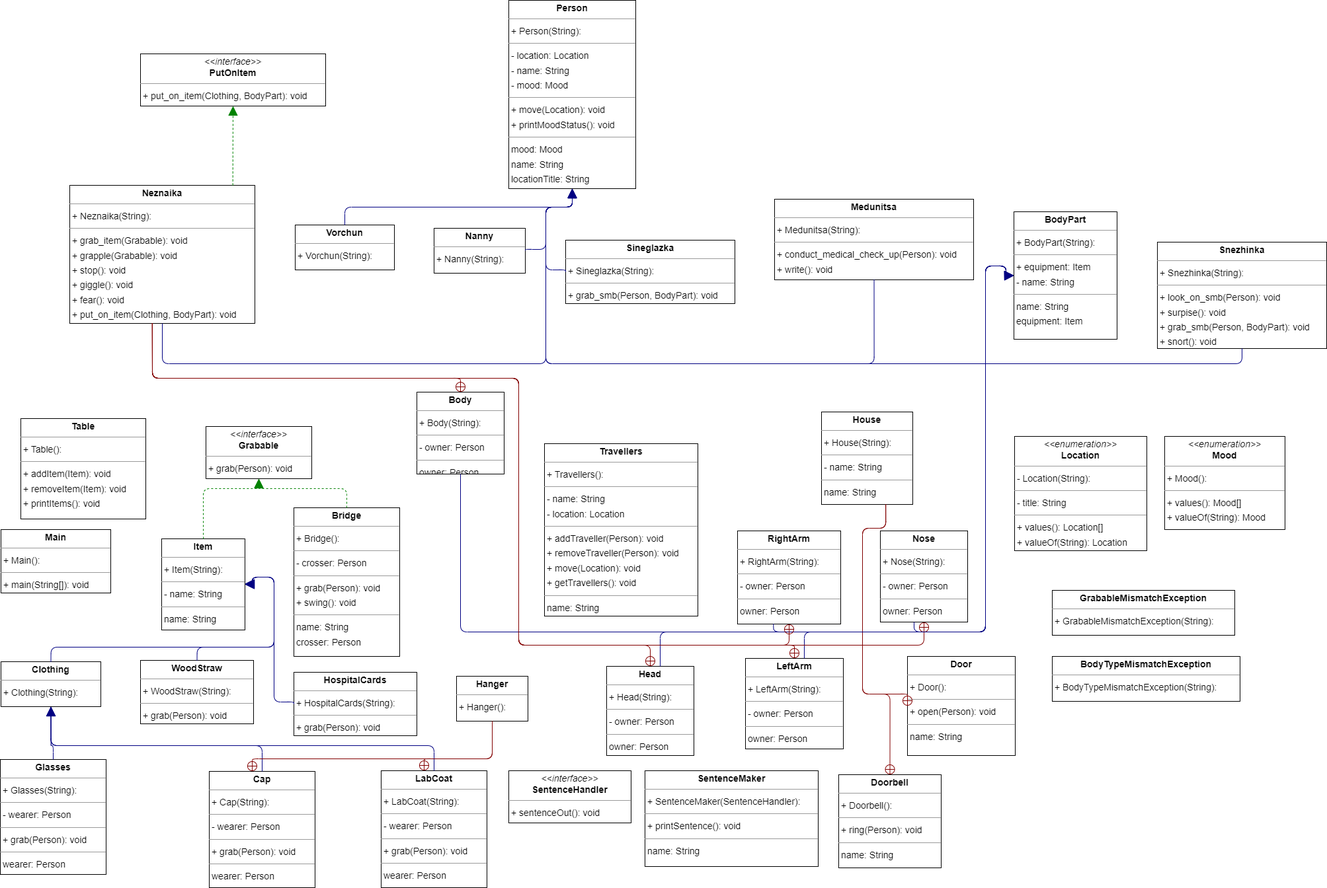
Above: Programming/Lab4/lab4 UML.drawio.png in bilyardvmetro/ITMO-System-Application-Software (draw.io), before the change. Source tidied: cells renumbered, new cells last; positions are measured from the earlier drawing's top-left corner, leaving out a move shared by most shapes.
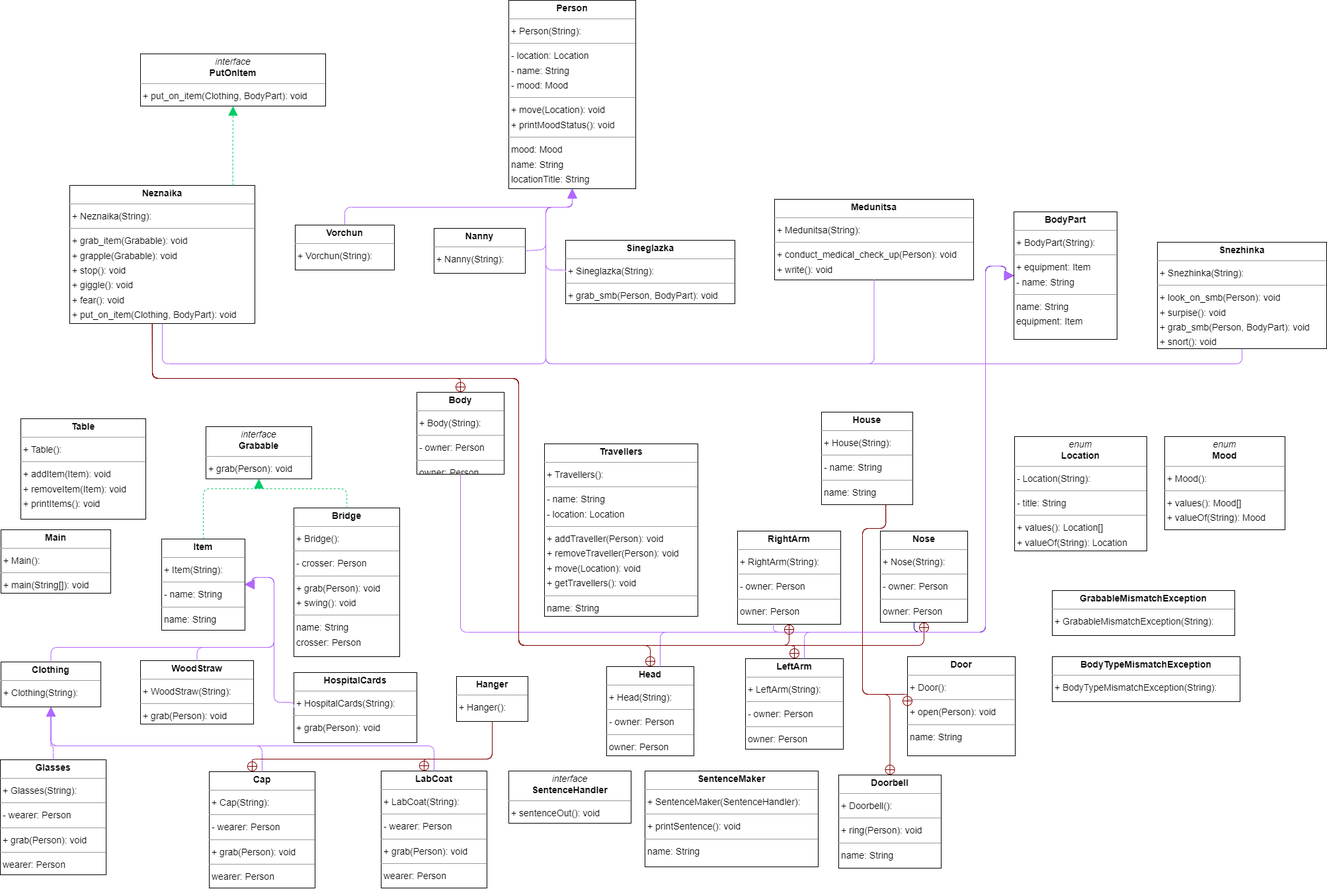
After the commit.

What changed in the source:
```diff
@@ -31,3 +31,3 @@
     </mxCell>
-    <mxCell id="11" value="&lt;p style=&quot;margin:0px;margin-top:4px;text-align:center;&quot;&gt;&lt;i&gt;&amp;lt;&amp;lt;interface&amp;gt;&amp;gt;&lt;/i&gt;&lt;br/&gt;&lt;b&gt;Grabable&lt;/b&gt;&lt;/p&gt;&lt;hr size=&quot;1&quot;/&gt;&lt;p style=&quot;margin:0 0 0 4px;line-height:1.6;&quot;&gt;+ grab(Person): void&lt;/p&gt;" style="verticalAlign=top;align=left;overflow=fill;fontSize=14;fontFamily=Helvetica;html=1;rounded=0;shadow=0;comic=0;labelBackgroundColor=none;strokeWidth=1;" parent="1" vertex="1">
+    <mxCell id="11" value="&lt;p style=&quot;margin:0px;margin-top:4px;text-align:center;&quot;&gt;&lt;i&gt;interface&lt;/i&gt;&lt;br&gt;&lt;b&gt;Grabable&lt;/b&gt;&lt;/p&gt;&lt;hr size=&quot;1&quot;&gt;&lt;p style=&quot;margin:0 0 0 4px;line-height:1.6;&quot;&gt;+ grab(Person): void&lt;/p&gt;" style="verticalAlign=top;align=left;overflow=fill;fontSize=14;fontFamily=Helvetica;html=1;rounded=0;shadow=0;comic=0;labelBackgroundColor=none;strokeWidth=1;" parent="1" vertex="1">
       <mxGeometry x="311" y="645" width="160" height="79" as="geometry" />
@@ -44,3 +44,3 @@
     <mxCell id="15" value="&lt;p style=&quot;margin:0px;margin-top:4px;text-align:center;&quot;&gt;&lt;b&gt;HospitalCards&lt;/b&gt;&lt;/p&gt;&lt;hr size=&quot;1&quot;/&gt;&lt;p style=&quot;margin:0 0 0 4px;line-height:1.6;&quot;&gt;+ HospitalCards(String): &lt;/p&gt;&lt;hr size=&quot;1&quot;/&gt;&lt;p style=&quot;margin:0 0 0 4px;line-height:1.6;&quot;&gt;+ grab(Person): void&lt;/p&gt;" style="verticalAlign=top;align=left;overflow=fill;fontSize=14;fontFamily=Helvetica;html=1;rounded=0;shadow=0;comic=0;labelBackgroundColor=none;strokeWidth=1;" parent="1" vertex="1">
-      <mxGeometry x="444" y="1017" width="186" height="96" as="geometry" />
+      <mxGeometry x="444" y="1017" width="186" height="106" as="geometry" />
     </mxCell>
@@ -58,3 +58,3 @@
     </mxCell>
-    <mxCell id="20" value="&lt;p style=&quot;margin:0px;margin-top:4px;text-align:center;&quot;&gt;&lt;i&gt;&amp;lt;&amp;lt;enumeration&amp;gt;&amp;gt;&lt;/i&gt;&lt;br/&gt;&lt;b&gt;Location&lt;/b&gt;&lt;/p&gt;&lt;hr size=&quot;1&quot;/&gt;&lt;p style=&quot;margin:0 0 0 4px;line-height:1.6;&quot;&gt;- Location(String): &lt;/p&gt;&lt;hr size=&quot;1&quot;/&gt;&lt;p style=&quot;margin:0 0 0 4px;line-height:1.6;&quot;&gt;- title: String&lt;/p&gt;&lt;hr size=&quot;1&quot;/&gt;&lt;p style=&quot;margin:0 0 0 4px;line-height:1.6;&quot;&gt;+ values(): Location[]&lt;br/&gt;+ valueOf(String): Location&lt;/p&gt;&lt;hr size=&quot;1&quot;/&gt;&lt;p style=&quot;margin:0 0 0 4px;line-height:1.6;&quot;&gt; title: String&lt;/p&gt;" style="verticalAlign=top;align=left;overflow=fill;fontSize=14;fontFamily=Helvetica;html=1;rounded=0;shadow=0;comic=0;labelBackgroundColor=none;strokeWidth=1;" parent="1" vertex="1">
+    <mxCell id="20" value="&lt;p style=&quot;margin:0px;margin-top:4px;text-align:center;&quot;&gt;&lt;i style=&quot;border-color: var(--border-color);&quot;&gt;enum&lt;/i&gt;&lt;br&gt;&lt;b&gt;Location&lt;/b&gt;&lt;/p&gt;&lt;hr size=&quot;1&quot;&gt;&lt;p style=&quot;margin:0 0 0 4px;line-height:1.6;&quot;&gt;- Location(String): &lt;/p&gt;&lt;hr size=&quot;1&quot;&gt;&lt;p style=&quot;margin:0 0 0 4px;line-height:1.6;&quot;&gt;- title: String&lt;/p&gt;&lt;hr size=&quot;1&quot;&gt;&lt;p style=&quot;margin:0 0 0 4px;line-height:1.6;&quot;&gt;+ values(): Location[]&lt;br&gt;+ valueOf(String): Location&lt;/p&gt;&lt;hr size=&quot;1&quot;&gt;&lt;p style=&quot;margin:0 0 0 4px;line-height:1.6;&quot;&gt; title: String&lt;/p&gt;" style="verticalAlign=top;align=left;overflow=fill;fontSize=14;fontFamily=Helvetica;html=1;rounded=0;shadow=0;comic=0;labelBackgroundColor=none;strokeWidth=1;" parent="1" vertex="1">
       <mxGeometry x="1534" y="660" width="200" height="173" as="geometry" />
@@ -67,3 +67,3 @@
     </mxCell>
-    <mxCell id="23" value="&lt;p style=&quot;margin:0px;margin-top:4px;text-align:center;&quot;&gt;&lt;i&gt;&amp;lt;&amp;lt;enumeration&amp;gt;&amp;gt;&lt;/i&gt;&lt;br/&gt;&lt;b&gt;Mood&lt;/b&gt;&lt;/p&gt;&lt;hr size=&quot;1&quot;/&gt;&lt;p style=&quot;margin:0 0 0 4px;line-height:1.6;&quot;&gt;+ Mood(): &lt;/p&gt;&lt;hr size=&quot;1&quot;/&gt;&lt;p style=&quot;margin:0 0 0 4px;line-height:1.6;&quot;&gt;+ values(): Mood[]&lt;br/&gt;+ valueOf(String): Mood&lt;/p&gt;" style="verticalAlign=top;align=left;overflow=fill;fontSize=14;fontFamily=Helvetica;html=1;rounded=0;shadow=0;comic=0;labelBackgroundColor=none;strokeWidth=1;" parent="1" vertex="1">
+    <mxCell id="23" value="&lt;p style=&quot;margin:0px;margin-top:4px;text-align:center;&quot;&gt;&lt;i&gt;enum&lt;/i&gt;&lt;br&gt;&lt;b&gt;Mood&lt;/b&gt;&lt;/p&gt;&lt;hr size=&quot;1&quot;&gt;&lt;p style=&quot;margin:0 0 0 4px;line-height:1.6;&quot;&gt;+ Mood(): &lt;/p&gt;&lt;hr size=&quot;1&quot;&gt;&lt;p style=&quot;margin:0 0 0 4px;line-height:1.6;&quot;&gt;+ values(): Mood[]&lt;br&gt;+ valueOf(String): Mood&lt;/p&gt;" style="verticalAlign=top;align=left;overflow=fill;fontSize=14;fontFamily=Helvetica;html=1;rounded=0;shadow=0;comic=0;labelBackgroundColor=none;strokeWidth=1;" parent="1" vertex="1">
       <mxGeometry x="1761" y="660" width="182" height="141" as="geometry" />
@@ -82,3 +82,3 @@
     </mxCell>
-    <mxCell id="28" value="&lt;p style=&quot;margin:0px;margin-top:4px;text-align:center;&quot;&gt;&lt;i&gt;&amp;lt;&amp;lt;interface&amp;gt;&amp;gt;&lt;/i&gt;&lt;br/&gt;&lt;b&gt;PutOnItem&lt;/b&gt;&lt;/p&gt;&lt;hr size=&quot;1&quot;/&gt;&lt;p style=&quot;margin:0 0 0 4px;line-height:1.6;&quot;&gt;+ put_on_item(Clothing, BodyPart): void&lt;/p&gt;" style="verticalAlign=top;align=left;overflow=fill;fontSize=14;fontFamily=Helvetica;html=1;rounded=0;shadow=0;comic=0;labelBackgroundColor=none;strokeWidth=1;" parent="1" vertex="1">
+    <mxCell id="28" value="&lt;p style=&quot;margin:0px;margin-top:4px;text-align:center;&quot;&gt;&lt;i&gt;interface&lt;/i&gt;&lt;br&gt;&lt;b&gt;PutOnItem&lt;/b&gt;&lt;/p&gt;&lt;hr size=&quot;1&quot;&gt;&lt;p style=&quot;margin:0 0 0 4px;line-height:1.6;&quot;&gt;+ put_on_item(Clothing, BodyPart): void&lt;/p&gt;" style="verticalAlign=top;align=left;overflow=fill;fontSize=14;fontFamily=Helvetica;html=1;rounded=0;shadow=0;comic=0;labelBackgroundColor=none;strokeWidth=1;" parent="1" vertex="1">
       <mxGeometry x="212" y="81" width="280" height="79" as="geometry" />
@@ -88,3 +88,3 @@
     </mxCell>
-    <mxCell id="30" value="&lt;p style=&quot;margin:0px;margin-top:4px;text-align:center;&quot;&gt;&lt;i&gt;&amp;lt;&amp;lt;interface&amp;gt;&amp;gt;&lt;/i&gt;&lt;br/&gt;&lt;b&gt;SentenceHandler&lt;/b&gt;&lt;/p&gt;&lt;hr size=&quot;1&quot;/&gt;&lt;p style=&quot;margin:0 0 0 4px;line-height:1.6;&quot;&gt;+ sentenceOut(): void&lt;/p&gt;" style="verticalAlign=top;align=left;overflow=fill;fontSize=14;fontFamily=Helvetica;html=1;rounded=0;shadow=0;comic=0;labelBackgroundColor=none;strokeWidth=1;" parent="1" vertex="1">
+    <mxCell id="30" value="&lt;p style=&quot;margin:0px;margin-top:4px;text-align:center;&quot;&gt;&lt;i&gt;interface&lt;/i&gt;&lt;br&gt;&lt;b&gt;SentenceHandler&lt;/b&gt;&lt;/p&gt;&lt;hr size=&quot;1&quot;&gt;&lt;p style=&quot;margin:0 0 0 4px;line-height:1.6;&quot;&gt;+ sentenceOut(): void&lt;/p&gt;" style="verticalAlign=top;align=left;overflow=fill;fontSize=14;fontFamily=Helvetica;html=1;rounded=0;shadow=0;comic=0;labelBackgroundColor=none;strokeWidth=1;" parent="1" vertex="1">
       <mxGeometry x="769" y="1166" width="185" height="79" as="geometry" />
@@ -112,3 +112,3 @@
     </mxCell>
-    <mxCell id="38" style="html=1;rounded=1;edgeStyle=orthogonalEdgeStyle;dashed=0;startArrow=none;endArrow=block;endSize=12;strokeColor=#000082;exitX=0.500;exitY=1.000;exitDx=0;exitDy=0;entryX=0.000;entryY=0.500;entryDx=0;entryDy=0;" parent="1" edge="1" source="2" target="3">
+    <mxCell id="38" style="html=1;rounded=1;edgeStyle=orthogonalEdgeStyle;dashed=0;startArrow=none;endArrow=block;endSize=12;strokeColor=#B266FF;exitX=0.500;exitY=1.000;exitDx=0;exitDy=0;entryX=0.000;entryY=0.500;entryDx=0;entryDy=0;" parent="1" edge="1" source="2" target="3">
       <mxGeometry relative="1" as="geometry">
@@ -131,3 +131,3 @@
     </mxCell>
-    <mxCell id="40" style="html=1;rounded=1;edgeStyle=orthogonalEdgeStyle;dashed=1;startArrow=none;endArrow=block;endSize=12;strokeColor=#008200;exitX=0.500;exitY=0.000;exitDx=0;exitDy=0;entryX=0.500;entryY=1.000;entryDx=0;entryDy=0;" parent="1" edge="1" source="5" target="11">
+    <mxCell id="40" style="html=1;rounded=1;edgeStyle=orthogonalEdgeStyle;dashed=1;startArrow=none;endArrow=block;endSize=12;strokeColor=#00CC66;exitX=0.500;exitY=0.000;exitDx=0;exitDy=0;entryX=0.500;entryY=1.000;entryDx=0;entryDy=0;" parent="1" edge="1" source="5" target="11">
       <mxGeometry relative="1" as="geometry">
@@ -139,3 +139,3 @@
     </mxCell>
-    <mxCell id="41" style="html=1;rounded=1;edgeStyle=orthogonalEdgeStyle;dashed=0;startArrow=none;endArrow=block;endSize=12;strokeColor=#000082;exitX=0.500;exitY=0.000;exitDx=0;exitDy=0;entryX=0.500;entryY=1.000;entryDx=0;entryDy=0;" parent="1" edge="1" source="6" target="7">
+    <mxCell id="41" style="html=1;rounded=1;edgeStyle=orthogonalEdgeStyle;dashed=0;startArrow=none;endArrow=block;endSize=12;strokeColor=#B266FF;exitX=0.500;exitY=0.000;exitDx=0;exitDy=0;entryX=0.500;entryY=1.000;entryDx=0;entryDy=0;" parent="1" edge="1" source="6" target="7">
       <mxGeometry relative="1" as="geometry">
@@ -155,3 +155,3 @@
     </mxCell>
-    <mxCell id="43" style="html=1;rounded=1;edgeStyle=orthogonalEdgeStyle;dashed=0;startArrow=none;endArrow=block;endSize=12;strokeColor=#000082;exitX=0.500;exitY=0.000;exitDx=0;exitDy=0;entryX=1.000;entryY=0.500;entryDx=0;entryDy=0;" parent="1" edge="1" source="7" target="17">
+    <mxCell id="43" style="html=1;rounded=1;edgeStyle=orthogonalEdgeStyle;dashed=0;startArrow=none;endArrow=block;endSize=12;strokeColor=#B266FF;exitX=0.500;exitY=0.000;exitDx=0;exitDy=0;entryX=1.000;entryY=0.500;entryDx=0;entryDy=0;" parent="1" edge="1" source="7" target="17">
       <mxGeometry relative="1" as="geometry">
@@ -185,3 +185,3 @@
     </mxCell>
-    <mxCell id="46" style="html=1;rounded=1;edgeStyle=orthogonalEdgeStyle;dashed=0;startArrow=none;endArrow=block;endSize=12;strokeColor=#000082;exitX=0.500;exitY=0.000;exitDx=0;exitDy=0;entryX=0.500;entryY=1.000;entryDx=0;entryDy=0;" parent="1" edge="1" source="10" target="7">
+    <mxCell id="46" style="html=1;rounded=1;edgeStyle=orthogonalEdgeStyle;dashed=0;startArrow=none;endArrow=block;endSize=12;strokeColor=#B266FF;exitX=0.500;exitY=0.000;exitDx=0;exitDy=0;entryX=0.500;entryY=1.000;entryDx=0;entryDy=0;" parent="1" edge="1" source="10" target="7">
       <mxGeometry relative="1" as="geometry">
@@ -193,3 +193,3 @@
     </mxCell>
-    <mxCell id="47" style="html=1;rounded=1;edgeStyle=orthogonalEdgeStyle;dashed=0;startArrow=none;endArrow=block;endSize=12;strokeColor=#000082;exitX=0.614;exitY=0.000;exitDx=0;exitDy=0;entryX=0.000;entryY=0.500;entryDx=0;entryDy=0;" parent="1" edge="1" source="14" target="3">
+    <mxCell id="47" style="html=1;rounded=1;edgeStyle=orthogonalEdgeStyle;dashed=0;startArrow=none;endArrow=block;endSize=12;strokeColor=#B266FF;exitX=0.614;exitY=0.000;exitDx=0;exitDy=0;entryX=0.000;entryY=0.500;entryDx=0;entryDy=0;" parent="1" edge="1" source="14" target="3">
       <mxGeometry relative="1" as="geometry">
@@ -214,3 +214,3 @@
     </mxCell>
-    <mxCell id="49" style="html=1;rounded=1;edgeStyle=orthogonalEdgeStyle;dashed=0;startArrow=none;endArrow=block;endSize=12;strokeColor=#000082;exitX=0.000;exitY=0.500;exitDx=0;exitDy=0;entryX=1.000;entryY=0.500;entryDx=0;entryDy=0;" parent="1" edge="1" source="15" target="17">
+    <mxCell id="49" style="html=1;rounded=1;edgeStyle=orthogonalEdgeStyle;dashed=0;startArrow=none;endArrow=block;endSize=12;strokeColor=#B266FF;exitX=0.000;exitY=0.500;exitDx=0;exitDy=0;entryX=1.000;entryY=0.500;entryDx=0;entryDy=0;" parent="1" edge="1" source="15" target="17">
       <mxGeometry relative="1" as="geometry">
@@ -226,3 +226,3 @@
     </mxCell>
-    <mxCell id="50" style="html=1;rounded=1;edgeStyle=orthogonalEdgeStyle;dashed=1;startArrow=none;endArrow=block;endSize=12;strokeColor=#008200;exitX=0.500;exitY=0.000;exitDx=0;exitDy=0;entryX=0.500;entryY=1.000;entryDx=0;entryDy=0;" parent="1" edge="1" source="17" target="11">
+    <mxCell id="50" style="html=1;rounded=1;edgeStyle=orthogonalEdgeStyle;dashed=1;startArrow=none;endArrow=block;endSize=12;strokeColor=#00CC66;exitX=0.500;exitY=0.000;exitDx=0;exitDy=0;entryX=0.500;entryY=1.000;entryDx=0;entryDy=0;" parent="1" edge="1" source="17" target="11">
       <mxGeometry relative="1" as="geometry">
@@ -234,3 +234,3 @@
     </mxCell>
-    <mxCell id="51" style="html=1;rounded=1;edgeStyle=orthogonalEdgeStyle;dashed=0;startArrow=none;endArrow=block;endSize=12;strokeColor=#000082;exitX=0.500;exitY=0.000;exitDx=0;exitDy=0;entryX=0.500;entryY=1.000;entryDx=0;entryDy=0;" parent="1" edge="1" source="18" target="7">
+    <mxCell id="51" style="html=1;rounded=1;edgeStyle=orthogonalEdgeStyle;dashed=0;startArrow=none;endArrow=block;endSize=12;strokeColor=#B266FF;exitX=0.500;exitY=0.000;exitDx=0;exitDy=0;entryX=0.500;entryY=1.000;entryDx=0;entryDy=0;" parent="1" edge="1" source="18" target="7">
       <mxGeometry relative="1" as="geometry">
@@ -250,3 +250,3 @@
     </mxCell>
-    <mxCell id="53" style="html=1;rounded=1;edgeStyle=orthogonalEdgeStyle;dashed=0;startArrow=none;endArrow=block;endSize=12;strokeColor=#000082;exitX=0.601;exitY=0.000;exitDx=0;exitDy=0;entryX=0.000;entryY=0.500;entryDx=0;entryDy=0;" parent="1" edge="1" source="19" target="3">
+    <mxCell id="53" style="html=1;rounded=1;edgeStyle=orthogonalEdgeStyle;dashed=0;startArrow=none;endArrow=block;endSize=12;strokeColor=#B266FF;exitX=0.601;exitY=0.000;exitDx=0;exitDy=0;entryX=0.000;entryY=0.500;entryDx=0;entryDy=0;" parent="1" edge="1" source="19" target="3">
       <mxGeometry relative="1" as="geometry">
@@ -271,3 +271,3 @@
     </mxCell>
-    <mxCell id="55" style="html=1;rounded=1;edgeStyle=orthogonalEdgeStyle;dashed=0;startArrow=none;endArrow=block;endSize=12;strokeColor=#000082;exitX=0.500;exitY=1.000;exitDx=0;exitDy=0;entryX=0.500;entryY=1.000;entryDx=0;entryDy=0;" parent="1" edge="1" source="22" target="27">
+    <mxCell id="55" style="html=1;rounded=1;edgeStyle=orthogonalEdgeStyle;dashed=0;startArrow=none;endArrow=block;endSize=12;strokeColor=#B266FF;exitX=0.500;exitY=1.000;exitDx=0;exitDy=0;entryX=0.500;entryY=1.000;entryDx=0;entryDy=0;" parent="1" edge="1" source="22" target="27">
       <mxGeometry relative="1" as="geometry">
@@ -281,3 +281,3 @@
     </mxCell>
-    <mxCell id="56" style="html=1;rounded=1;edgeStyle=orthogonalEdgeStyle;dashed=0;startArrow=none;endArrow=block;endSize=12;strokeColor=#000082;exitX=1.000;exitY=0.500;exitDx=0;exitDy=0;entryX=0.500;entryY=1.000;entryDx=0;entryDy=0;" parent="1" edge="1" source="24" target="27">
+    <mxCell id="56" style="html=1;rounded=1;edgeStyle=orthogonalEdgeStyle;dashed=0;startArrow=none;endArrow=block;endSize=12;strokeColor=#B266FF;exitX=1.000;exitY=0.500;exitDx=0;exitDy=0;entryX=0.500;entryY=1.000;entryDx=0;entryDy=0;fillColor=#B266FF;" parent="1" edge="1" source="24" target="27">
       <mxGeometry relative="1" as="geometry">
@@ -290,3 +290,3 @@
     </mxCell>
-    <mxCell id="57" style="html=1;rounded=1;edgeStyle=orthogonalEdgeStyle;dashed=0;startArrow=none;endArrow=block;endSize=12;strokeColor=#000082;exitX=0.500;exitY=1.000;exitDx=0;exitDy=0;entryX=0.500;entryY=1.000;entryDx=0;entryDy=0;" parent="1" edge="1" source="25" target="27">
+    <mxCell id="57" style="html=1;rounded=1;edgeStyle=orthogonalEdgeStyle;dashed=0;startArrow=none;endArrow=block;endSize=12;strokeColor=#B266FF;exitX=0.500;exitY=1.000;exitDx=0;exitDy=0;entryX=0.500;entryY=1.000;entryDx=0;entryDy=0;" parent="1" edge="1" source="25" target="27">
       <mxGeometry relative="1" as="geometry">
@@ -300,3 +300,3 @@
     </mxCell>
-    <mxCell id="58" style="html=1;rounded=1;edgeStyle=orthogonalEdgeStyle;dashed=1;startArrow=none;endArrow=block;endSize=12;strokeColor=#008200;exitX=0.881;exitY=0.000;exitDx=0;exitDy=0;entryX=0.500;entryY=1.001;entryDx=0;entryDy=0;" parent="1" edge="1" source="25" target="28">
+    <mxCell id="58" style="html=1;rounded=1;edgeStyle=orthogonalEdgeStyle;dashed=1;startArrow=none;endArrow=block;endSize=12;strokeColor=#00CC66;exitX=0.881;exitY=0.000;exitDx=0;exitDy=0;entryX=0.500;entryY=1.001;entryDx=0;entryDy=0;" parent="1" edge="1" source="25" target="28">
       <mxGeometry relative="1" as="geometry" />
@@ -324,3 +324,3 @@
     </mxCell>
-    <mxCell id="61" style="html=1;rounded=1;edgeStyle=orthogonalEdgeStyle;dashed=0;startArrow=none;endArrow=block;endSize=12;strokeColor=#000082;exitX=0.348;exitY=1.000;exitDx=0;exitDy=0;entryX=0.000;entryY=0.500;entryDx=0;entryDy=0;" parent="1" edge="1" source="29" target="3">
+    <mxCell id="61" style="html=1;rounded=1;edgeStyle=orthogonalEdgeStyle;dashed=0;startArrow=none;endArrow=block;endSize=12;strokeColor=#B266FF;exitX=0.348;exitY=1.000;exitDx=0;exitDy=0;entryX=0.000;entryY=0.500;entryDx=0;entryDy=0;" parent="1" edge="1" source="29" target="3">
       <mxGeometry relative="1" as="geometry">
@@ -345,3 +345,3 @@
     </mxCell>
-    <mxCell id="63" style="html=1;rounded=1;edgeStyle=orthogonalEdgeStyle;dashed=0;startArrow=none;endArrow=block;endSize=12;strokeColor=#000082;exitX=0.000;exitY=0.500;exitDx=0;exitDy=0;entryX=0.500;entryY=1.000;entryDx=0;entryDy=0;" parent="1" edge="1" source="32" target="27">
+    <mxCell id="63" style="html=1;rounded=1;edgeStyle=orthogonalEdgeStyle;dashed=0;startArrow=none;endArrow=block;endSize=12;strokeColor=#B266FF;exitX=0.000;exitY=0.500;exitDx=0;exitDy=0;entryX=0.500;entryY=1.000;entryDx=0;entryDy=0;" parent="1" edge="1" source="32" target="27">
       <mxGeometry relative="1" as="geometry">
@@ -354,3 +354,3 @@
     </mxCell>
-    <mxCell id="64" style="html=1;rounded=1;edgeStyle=orthogonalEdgeStyle;dashed=0;startArrow=none;endArrow=block;endSize=12;strokeColor=#000082;exitX=0.500;exitY=1.000;exitDx=0;exitDy=0;entryX=0.500;entryY=1.000;entryDx=0;entryDy=0;" parent="1" edge="1" source="33" target="27">
+    <mxCell id="64" style="html=1;rounded=1;edgeStyle=orthogonalEdgeStyle;dashed=0;startArrow=none;endArrow=block;endSize=12;strokeColor=#B266FF;exitX=0.500;exitY=1.000;exitDx=0;exitDy=0;entryX=0.500;entryY=1.000;entryDx=0;entryDy=0;" parent="1" edge="1" source="33" target="27">
       <mxGeometry relative="1" as="geometry">
@@ -364,3 +364,3 @@
     </mxCell>
-    <mxCell id="65" style="html=1;rounded=1;edgeStyle=orthogonalEdgeStyle;dashed=0;startArrow=none;endArrow=block;endSize=12;strokeColor=#000082;exitX=0.500;exitY=0.000;exitDx=0;exitDy=0;entryX=0.500;entryY=1.000;entryDx=0;entryDy=0;" parent="1" edge="1" source="36" target="27">
+    <mxCell id="65" style="html=1;rounded=1;edgeStyle=orthogonalEdgeStyle;dashed=0;startArrow=none;endArrow=block;endSize=12;strokeColor=#B266FF;exitX=0.500;exitY=0.000;exitDx=0;exitDy=0;entryX=0.500;entryY=1.000;entryDx=0;entryDy=0;fillColor=#B266FF;" parent="1" edge="1" source="36" target="27">
       <mxGeometry relative="1" as="geometry">
@@ -372,3 +372,3 @@
     </mxCell>
-    <mxCell id="66" style="html=1;rounded=1;edgeStyle=orthogonalEdgeStyle;dashed=0;startArrow=none;endArrow=block;endSize=12;strokeColor=#000082;exitX=0.500;exitY=0.000;exitDx=0;exitDy=0;entryX=1.000;entryY=0.500;entryDx=0;entryDy=0;" parent="1" edge="1" source="37" target="17">
+    <mxCell id="66" style="html=1;rounded=1;edgeStyle=orthogonalEdgeStyle;dashed=0;startArrow=none;endArrow=block;endSize=12;strokeColor=#B266FF;exitX=0.500;exitY=0.000;exitDx=0;exitDy=0;entryX=1.000;entryY=0.500;entryDx=0;entryDy=0;" parent="1" edge="1" source="37" target="17">
       <mxGeometry relative="1" as="geometry">
```
